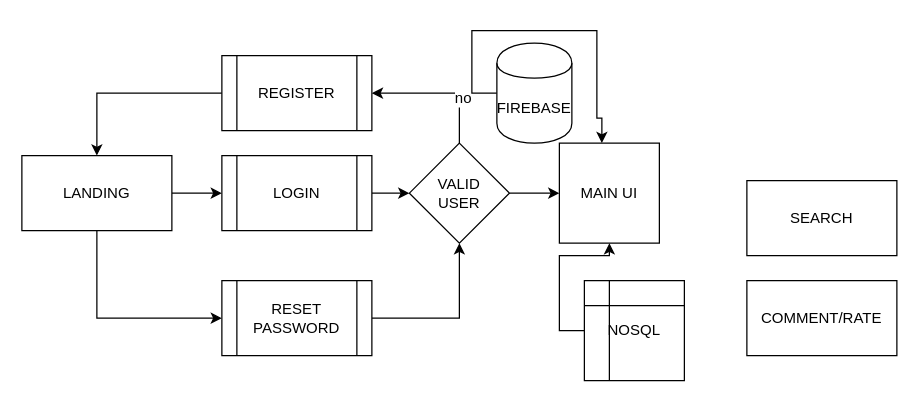
Before: cafe-io.drawio in mergatroid/myblogg, a draw.io diagram. Source tidied: cells renumbered, new cells numbered last; positions are measured from the earlier drawing's top-left corner, leaving out a move shared by most shapes. Both pictures are drawn from the tidied source at 125%, with x=0, y=0 at pixel (21, 30).
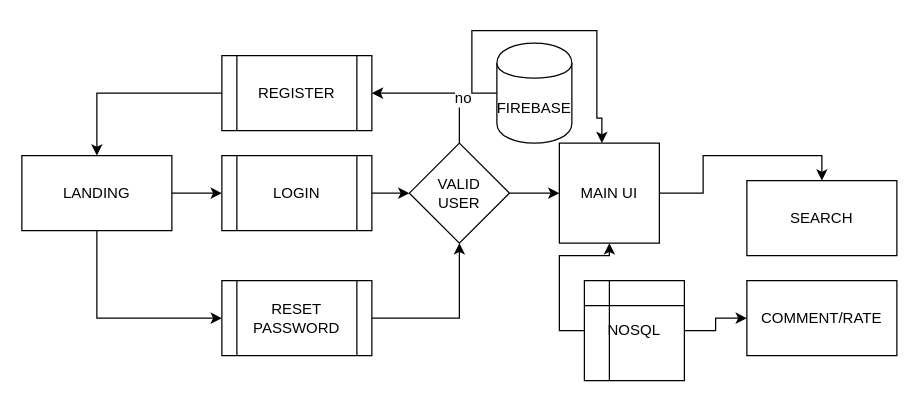
Above is the later version.

The change refers to these unchanged cells:
```xml
<mxCell id="15" value="MAIN UI" style="whiteSpace=wrap;html=1;" parent="1" vertex="1">
  <mxGeometry x="430" y="90" width="80" height="80" as="geometry" />
</mxCell>
<mxCell id="19" value="NOSQL" style="shape=internalStorage;whiteSpace=wrap;html=1;backgroundOutline=1;" parent="1" vertex="1">
  <mxGeometry x="450" y="200" width="80" height="80" as="geometry" />
</mxCell>
<mxCell id="20" value="SEARCH" style="rounded=0;whiteSpace=wrap;html=1;" parent="1" vertex="1">
  <mxGeometry x="580" y="120" width="120" height="60" as="geometry" />
</mxCell>
<mxCell id="21" value="COMMENT/RATE" style="rounded=0;whiteSpace=wrap;html=1;" parent="1" vertex="1">
  <mxGeometry x="580" y="200" width="120" height="60" as="geometry" />
</mxCell>
```

Change to the diagram source:
```diff
@@
+    <mxCell id="22" style="edgeStyle=orthogonalEdgeStyle;rounded=0;jettySize=auto;html=1;exitX=1;exitY=0.5;exitDx=0;exitDy=0;entryX=0.5;entryY=0;entryDx=0;entryDy=0;" parent="1" edge="1" source="15" target="20">
+      <mxGeometry relative="1" as="geometry" />
+    </mxCell>
@@
+    <mxCell id="23" style="edgeStyle=orthogonalEdgeStyle;rounded=0;jettySize=auto;html=1;exitX=1;exitY=0.5;exitDx=0;exitDy=0;entryX=0;entryY=0.5;entryDx=0;entryDy=0;" parent="1" edge="1" source="19" target="21">
+      <mxGeometry relative="1" as="geometry" />
+    </mxCell>
```
